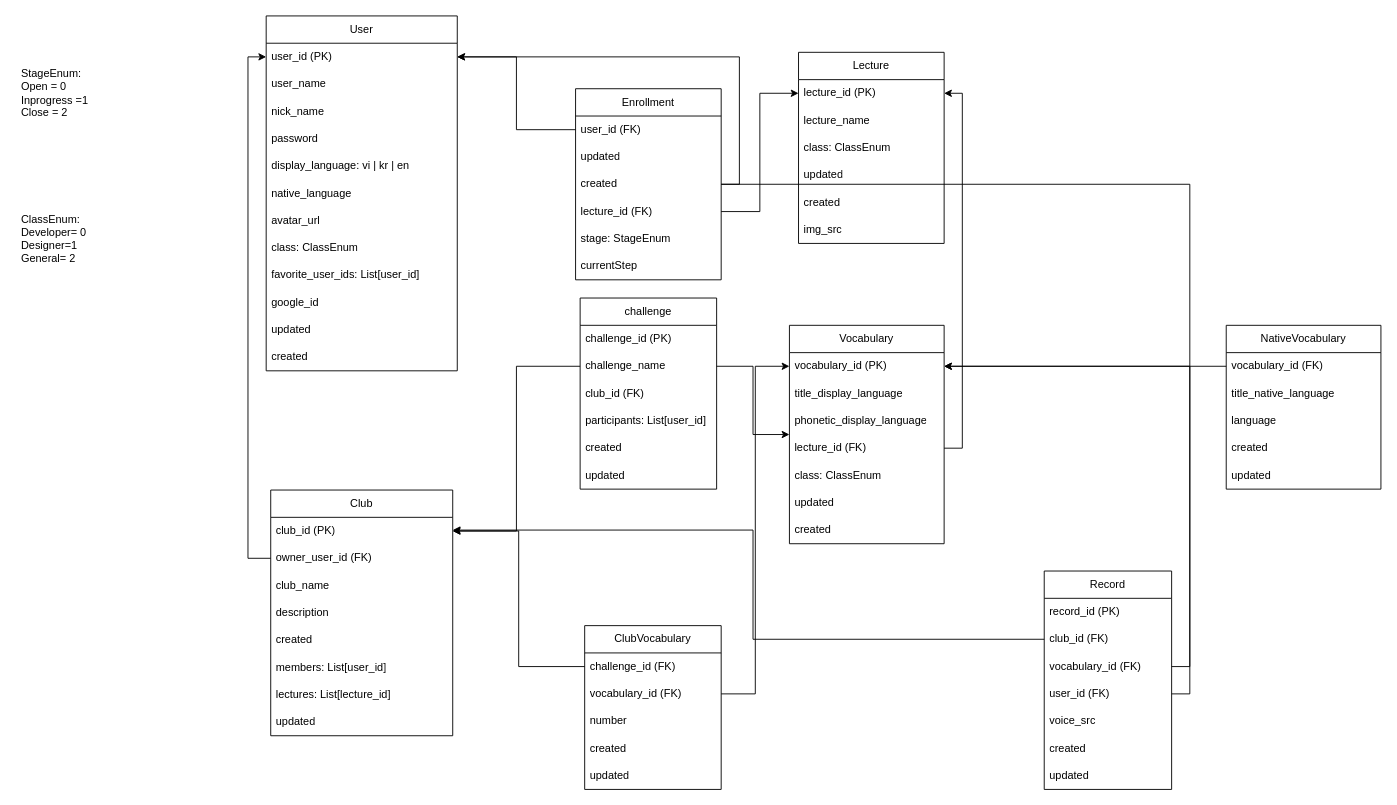
Above: docs/db-scheme.dio in dudaji-vn/my-english-accent-webapp (draw.io), before the change. Source tidied: cells renumbered, new cells numbered last; positions are measured from the earlier drawing's top-left corner, leaving out a move shared by most shapes. Both pictures are drawn from the tidied source at 91%, with x=0, y=0 at pixel (15, 15).
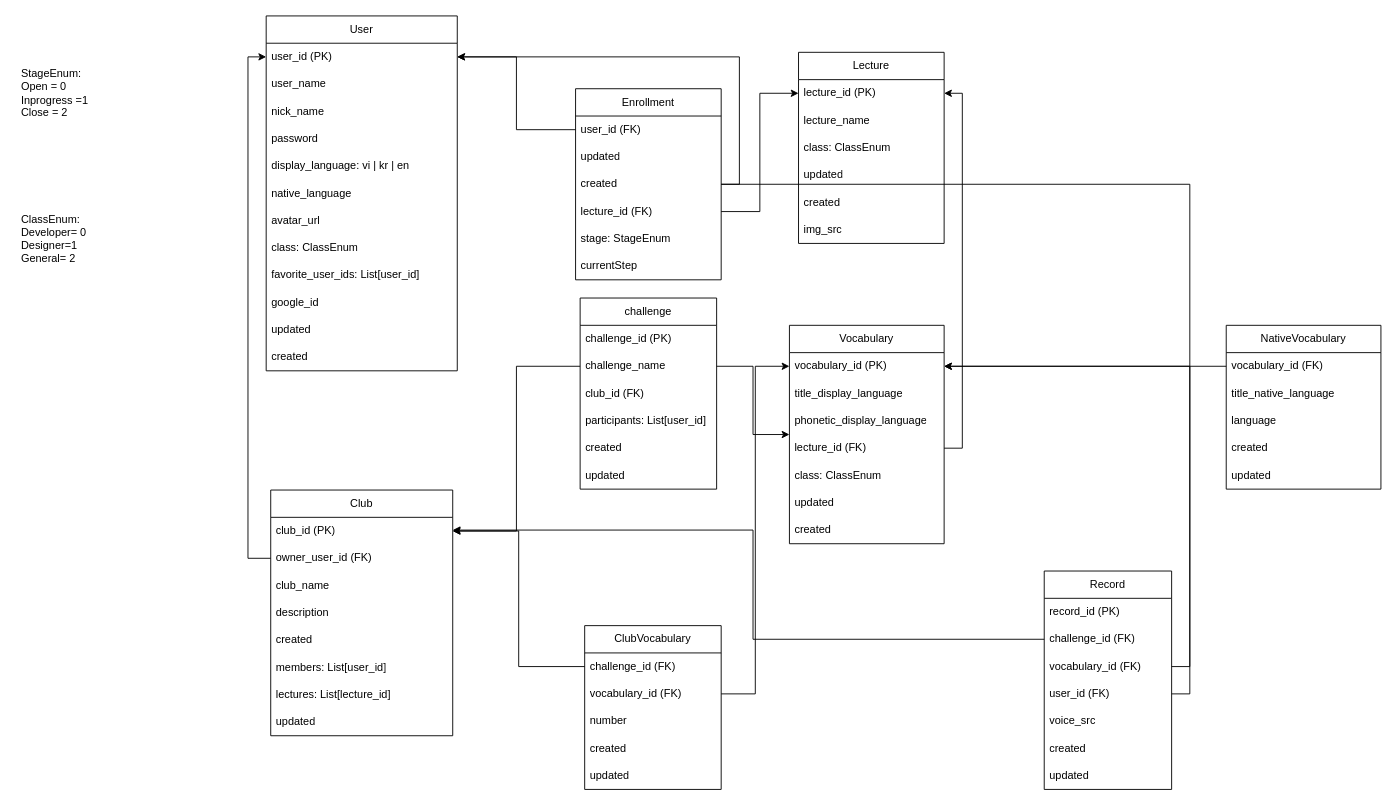
The same page after the edit.

The change refers to these unchanged cells:
```xml
<mxCell id="49" value="Record" style="swimlane;fontStyle=0;horizontal=1;startSize=30;whiteSpace=wrap;html=1;" parent="1" vertex="1">
  <mxGeometry x="1130" y="610" width="140" height="240" as="geometry" />
</mxCell>
```

Change to the diagram source:
```diff
@@
-    <mxCell id="51" value="club_id (FK)" style="text;strokeColor=none;fillColor=none;align=left;verticalAlign=middle;spacingLeft=4;spacingRight=4;overflow=hidden;points=[[0,0.5],[1,0.5]];portConstraint=eastwest;whiteSpace=wrap;html=1;" parent="49" vertex="1">
+    <mxCell id="51" value="challenge_id (FK)" style="text;strokeColor=none;fillColor=none;align=left;verticalAlign=middle;spacingLeft=4;spacingRight=4;overflow=hidden;points=[[0,0.5],[1,0.5]];portConstraint=eastwest;whiteSpace=wrap;html=1;" parent="49" vertex="1">
       <mxGeometry y="60" width="140" height="30" as="geometry" />
     </mxCell>
```
